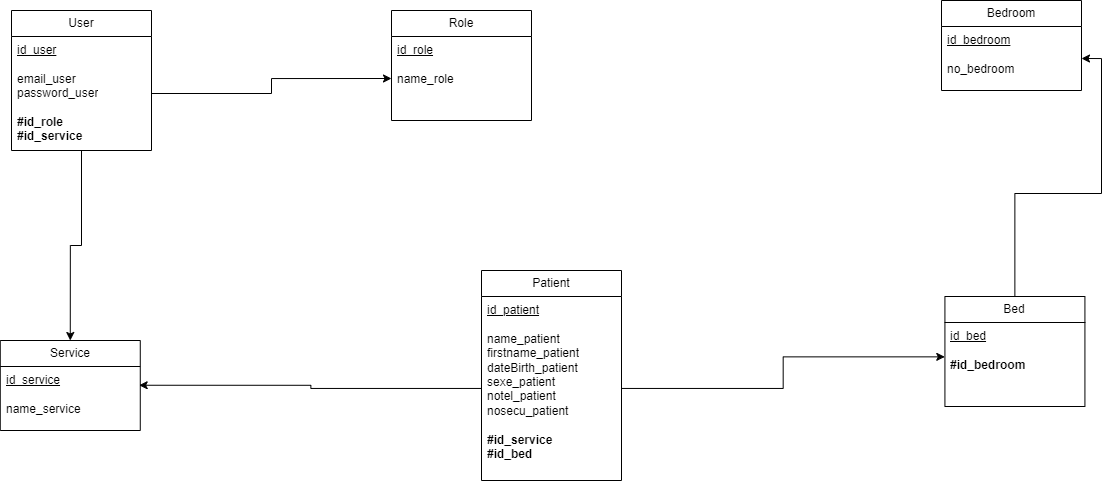
Above: Merise/Merise-MLD.drawio.png in florianpoteau/CDA-Hopital-Back (draw.io), before the change. Source tidied: cells renumbered, new cells last; positions are measured from the earlier drawing's top-left corner, leaving out a move shared by most shapes. The source it was exported from:
```xml
<mxGraphModel>
  <root>
    <mxCell id="0" />
    <mxCell id="1" parent="0" />
    <mxCell id="2" value="Bedroom" style="swimlane;fontStyle=0;horizontal=1;startSize=26;fillColor=none;whiteSpace=wrap;html=1;" parent="1" vertex="1">
      <mxGeometry x="941" width="140" height="90" as="geometry" />
    </mxCell>
    <mxCell id="3" value="&lt;u&gt;id_bedroom&lt;/u&gt;&lt;div&gt;&lt;u&gt;&lt;br&gt;&lt;/u&gt;&lt;div&gt;no_bedroom&lt;/div&gt;&lt;/div&gt;" style="text;strokeColor=none;fillColor=none;align=left;verticalAlign=top;spacingLeft=4;spacingRight=4;overflow=hidden;points=[[0,0.5],[1,0.5]];portConstraint=eastwest;whiteSpace=wrap;html=1;" parent="2" vertex="1">
      <mxGeometry y="26" width="140" height="64" as="geometry" />
    </mxCell>
    <mxCell id="4" style="edgeStyle=orthogonalEdgeStyle;rounded=0;jettySize=auto;html=1;entryX=1;entryY=0.5;entryDx=0;entryDy=0;" parent="1" edge="1" source="5" target="3">
      <mxGeometry relative="1" as="geometry" />
    </mxCell>
    <mxCell id="5" value="Bed" style="swimlane;fontStyle=0;horizontal=1;startSize=26;fillColor=none;whiteSpace=wrap;html=1;" parent="1" vertex="1">
      <mxGeometry x="944.4" y="296" width="140" height="110" as="geometry" />
    </mxCell>
    <mxCell id="6" value="&lt;u&gt;id_bed&lt;/u&gt;&lt;div&gt;&lt;br&gt;&lt;/div&gt;&lt;div&gt;&lt;b&gt;#id_bedroom&lt;/b&gt;&lt;/div&gt;" style="text;strokeColor=none;fillColor=none;align=left;verticalAlign=top;spacingLeft=4;spacingRight=4;overflow=hidden;points=[[0,0.5],[1,0.5]];portConstraint=eastwest;whiteSpace=wrap;html=1;" parent="5" vertex="1">
      <mxGeometry y="26" width="140" height="84" as="geometry" />
    </mxCell>
    <mxCell id="7" value="Role" style="swimlane;fontStyle=0;horizontal=1;startSize=26;fillColor=none;whiteSpace=wrap;html=1;" parent="1" vertex="1">
      <mxGeometry x="391" y="10" width="140" height="110" as="geometry" />
    </mxCell>
    <mxCell id="8" value="&lt;u&gt;id_role&lt;/u&gt;&lt;div&gt;&lt;u&gt;&lt;br&gt;&lt;/u&gt;&lt;div&gt;name_role&lt;/div&gt;&lt;/div&gt;" style="text;strokeColor=none;fillColor=none;align=left;verticalAlign=top;spacingLeft=4;spacingRight=4;overflow=hidden;points=[[0,0.5],[1,0.5]];portConstraint=eastwest;whiteSpace=wrap;html=1;" parent="7" vertex="1">
      <mxGeometry y="26" width="140" height="84" as="geometry" />
    </mxCell>
    <mxCell id="9" value="Service" style="swimlane;fontStyle=0;horizontal=1;startSize=26;fillColor=none;whiteSpace=wrap;html=1;" parent="1" vertex="1">
      <mxGeometry x="-0.2" y="340" width="140" height="90" as="geometry" />
    </mxCell>
    <mxCell id="10" value="&lt;u&gt;id_service&lt;/u&gt;&lt;div&gt;&lt;u&gt;&lt;br&gt;&lt;/u&gt;&lt;div&gt;name_service&lt;/div&gt;&lt;/div&gt;" style="text;strokeColor=none;fillColor=none;align=left;verticalAlign=top;spacingLeft=4;spacingRight=4;overflow=hidden;points=[[0,0.5],[1,0.5]];portConstraint=eastwest;whiteSpace=wrap;html=1;" parent="9" vertex="1">
      <mxGeometry y="26" width="140" height="64" as="geometry" />
    </mxCell>
    <mxCell id="11" value="Patient" style="swimlane;fontStyle=0;horizontal=1;startSize=26;fillColor=none;whiteSpace=wrap;html=1;" parent="1" vertex="1">
      <mxGeometry x="481" y="270" width="140" height="210" as="geometry" />
    </mxCell>
    <mxCell id="12" value="&lt;u&gt;id_patient&lt;/u&gt;&lt;div&gt;&lt;u&gt;&lt;br&gt;&lt;/u&gt;&lt;div&gt;name_patient&lt;/div&gt;&lt;div&gt;firstname_patient&lt;/div&gt;&lt;div&gt;dateBirth_patient&lt;/div&gt;&lt;div&gt;sexe_patient&lt;/div&gt;&lt;div&gt;notel_patient&lt;/div&gt;&lt;div&gt;nosecu_patient&lt;/div&gt;&lt;div&gt;&lt;br&gt;&lt;/div&gt;&lt;div&gt;&lt;b&gt;#id_service&lt;/b&gt;&lt;/div&gt;&lt;div&gt;&lt;b&gt;#id_bed&lt;/b&gt;&lt;/div&gt;&lt;div&gt;&lt;br&gt;&lt;/div&gt;&lt;/div&gt;" style="text;strokeColor=none;fillColor=none;align=left;verticalAlign=top;spacingLeft=4;spacingRight=4;overflow=hidden;points=[[0,0.5],[1,0.5]];portConstraint=eastwest;whiteSpace=wrap;html=1;" parent="11" vertex="1">
      <mxGeometry y="26" width="140" height="184" as="geometry" />
    </mxCell>
    <mxCell id="13" style="edgeStyle=orthogonalEdgeStyle;rounded=0;jettySize=auto;html=1;entryX=0.5;entryY=0;entryDx=0;entryDy=0;" parent="1" edge="1" source="14" target="9">
      <mxGeometry relative="1" as="geometry" />
    </mxCell>
    <mxCell id="14" value="User" style="swimlane;fontStyle=0;horizontal=1;startSize=26;fillColor=none;whiteSpace=wrap;html=1;" parent="1" vertex="1">
      <mxGeometry x="11" y="10" width="140" height="140" as="geometry" />
    </mxCell>
    <mxCell id="15" value="&lt;u&gt;id_user&lt;/u&gt;&lt;div&gt;&lt;br&gt;&lt;div&gt;email_user&lt;/div&gt;&lt;div&gt;password_user&lt;/div&gt;&lt;div&gt;&lt;br&gt;&lt;/div&gt;&lt;div&gt;&lt;b&gt;#id_role&lt;/b&gt;&lt;/div&gt;&lt;/div&gt;&lt;div&gt;&lt;b&gt;#id_service&lt;/b&gt;&lt;/div&gt;" style="text;strokeColor=none;fillColor=none;align=left;verticalAlign=top;spacingLeft=4;spacingRight=4;overflow=hidden;points=[[0,0.5],[1,0.5]];portConstraint=eastwest;whiteSpace=wrap;html=1;" parent="14" vertex="1">
      <mxGeometry y="26" width="140" height="114" as="geometry" />
    </mxCell>
    <mxCell id="16" style="edgeStyle=orthogonalEdgeStyle;rounded=0;jettySize=auto;html=1;entryX=0;entryY=0.5;entryDx=0;entryDy=0;" parent="1" edge="1" source="15" target="8">
      <mxGeometry relative="1" as="geometry" />
    </mxCell>
    <mxCell id="17" style="edgeStyle=orthogonalEdgeStyle;rounded=0;jettySize=auto;html=1;entryX=0.992;entryY=0.293;entryDx=0;entryDy=0;entryPerimeter=0;" parent="1" edge="1" source="12" target="10">
      <mxGeometry relative="1" as="geometry" />
    </mxCell>
    <mxCell id="18" style="edgeStyle=orthogonalEdgeStyle;rounded=0;jettySize=auto;html=1;entryX=-0.001;entryY=0.409;entryDx=0;entryDy=0;entryPerimeter=0;" parent="1" edge="1" source="12" target="6">
      <mxGeometry relative="1" as="geometry" />
    </mxCell>
  </root>
</mxGraphModel>
```
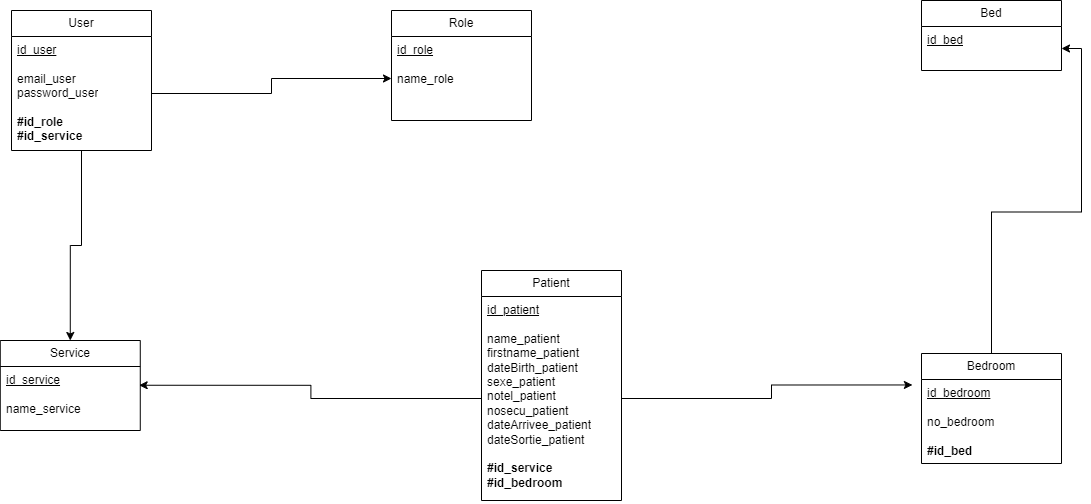
After the commit.

Commit message:
docs(Merise): add MCD MPD MLD dictionnaire de donnée

The edit, as a diff of the source:
```diff
@@ -3,19 +3,19 @@
     <mxCell id="0" />
     <mxCell id="1" parent="0" />
     <mxCell id="2" value="Bedroom" style="swimlane;fontStyle=0;horizontal=1;startSize=26;fillColor=none;whiteSpace=wrap;html=1;" parent="1" vertex="1">
-      <mxGeometry x="941" width="140" height="90" as="geometry" />
+      <mxGeometry x="921" y="353" width="140" height="110" as="geometry" />
     </mxCell>
-    <mxCell id="3" value="&lt;u&gt;id_bedroom&lt;/u&gt;&lt;div&gt;&lt;u&gt;&lt;br&gt;&lt;/u&gt;&lt;div&gt;no_bedroom&lt;/div&gt;&lt;/div&gt;" style="text;strokeColor=none;fillColor=none;align=left;verticalAlign=top;spacingLeft=4;spacingRight=4;overflow=hidden;points=[[0,0.5],[1,0.5]];portConstraint=eastwest;whiteSpace=wrap;html=1;" parent="2" vertex="1">
-      <mxGeometry y="26" width="140" height="64" as="geometry" />
+    <mxCell id="3" value="&lt;u&gt;id_bedroom&lt;/u&gt;&lt;div&gt;&lt;u&gt;&lt;br&gt;&lt;/u&gt;&lt;div&gt;no_bedroom&lt;/div&gt;&lt;/div&gt;&lt;div&gt;&lt;br&gt;&lt;/div&gt;&lt;div&gt;&lt;b&gt;#id_bed&lt;/b&gt;&lt;/div&gt;" style="text;strokeColor=none;fillColor=none;align=left;verticalAlign=top;spacingLeft=4;spacingRight=4;overflow=hidden;points=[[0,0.5],[1,0.5]];portConstraint=eastwest;whiteSpace=wrap;html=1;" parent="2" vertex="1">
+      <mxGeometry y="26" width="140" height="84" as="geometry" />
     </mxCell>
-    <mxCell id="4" style="edgeStyle=orthogonalEdgeStyle;rounded=0;jettySize=auto;html=1;entryX=1;entryY=0.5;entryDx=0;entryDy=0;" parent="1" edge="1" source="5" target="3">
+    <mxCell id="4" style="edgeStyle=orthogonalEdgeStyle;rounded=0;jettySize=auto;html=1;exitX=0.5;exitY=0;exitDx=0;exitDy=0;" parent="1" edge="1" source="2" target="6">
       <mxGeometry relative="1" as="geometry" />
     </mxCell>
     <mxCell id="5" value="Bed" style="swimlane;fontStyle=0;horizontal=1;startSize=26;fillColor=none;whiteSpace=wrap;html=1;" parent="1" vertex="1">
-      <mxGeometry x="944.4" y="296" width="140" height="110" as="geometry" />
+      <mxGeometry x="921" width="140" height="70" as="geometry" />
     </mxCell>
-    <mxCell id="6" value="&lt;u&gt;id_bed&lt;/u&gt;&lt;div&gt;&lt;br&gt;&lt;/div&gt;&lt;div&gt;&lt;b&gt;#id_bedroom&lt;/b&gt;&lt;/div&gt;" style="text;strokeColor=none;fillColor=none;align=left;verticalAlign=top;spacingLeft=4;spacingRight=4;overflow=hidden;points=[[0,0.5],[1,0.5]];portConstraint=eastwest;whiteSpace=wrap;html=1;" parent="5" vertex="1">
-      <mxGeometry y="26" width="140" height="84" as="geometry" />
+    <mxCell id="6" value="&lt;u&gt;id_bed&lt;/u&gt;" style="text;strokeColor=none;fillColor=none;align=left;verticalAlign=top;spacingLeft=4;spacingRight=4;overflow=hidden;points=[[0,0.5],[1,0.5]];portConstraint=eastwest;whiteSpace=wrap;html=1;" parent="5" vertex="1">
+      <mxGeometry y="26" width="140" height="44" as="geometry" />
     </mxCell>
     <mxCell id="7" value="Role" style="swimlane;fontStyle=0;horizontal=1;startSize=26;fillColor=none;whiteSpace=wrap;html=1;" parent="1" vertex="1">
       <mxGeometry x="391" y="10" width="140" height="110" as="geometry" />
@@ -30,10 +30,10 @@
       <mxGeometry y="26" width="140" height="64" as="geometry" />
     </mxCell>
     <mxCell id="11" value="Patient" style="swimlane;fontStyle=0;horizontal=1;startSize=26;fillColor=none;whiteSpace=wrap;html=1;" parent="1" vertex="1">
-      <mxGeometry x="481" y="270" width="140" height="210" as="geometry" />
+      <mxGeometry x="481" y="270" width="140" height="230" as="geometry" />
     </mxCell>
-    <mxCell id="12" value="&lt;u&gt;id_patient&lt;/u&gt;&lt;div&gt;&lt;u&gt;&lt;br&gt;&lt;/u&gt;&lt;div&gt;name_patient&lt;/div&gt;&lt;div&gt;firstname_patient&lt;/div&gt;&lt;div&gt;dateBirth_patient&lt;/div&gt;&lt;div&gt;sexe_patient&lt;/div&gt;&lt;div&gt;notel_patient&lt;/div&gt;&lt;div&gt;nosecu_patient&lt;/div&gt;&lt;div&gt;&lt;br&gt;&lt;/div&gt;&lt;div&gt;&lt;b&gt;#id_service&lt;/b&gt;&lt;/div&gt;&lt;div&gt;&lt;b&gt;#id_bed&lt;/b&gt;&lt;/div&gt;&lt;div&gt;&lt;br&gt;&lt;/div&gt;&lt;/div&gt;" style="text;strokeColor=none;fillColor=none;align=left;verticalAlign=top;spacingLeft=4;spacingRight=4;overflow=hidden;points=[[0,0.5],[1,0.5]];portConstraint=eastwest;whiteSpace=wrap;html=1;" parent="11" vertex="1">
-      <mxGeometry y="26" width="140" height="184" as="geometry" />
+    <mxCell id="12" value="&lt;u&gt;id_patient&lt;/u&gt;&lt;div&gt;&lt;u&gt;&lt;br&gt;&lt;/u&gt;&lt;div&gt;name_patient&lt;/div&gt;&lt;div&gt;firstname_patient&lt;/div&gt;&lt;div&gt;dateBirth_patient&lt;/div&gt;&lt;div&gt;sexe_patient&lt;/div&gt;&lt;div&gt;notel_patient&lt;/div&gt;&lt;div&gt;nosecu_patient&lt;/div&gt;&lt;div&gt;dateArrivee_patient&lt;/div&gt;&lt;div&gt;dateSortie_patient&lt;/div&gt;&lt;div&gt;&lt;br&gt;&lt;/div&gt;&lt;div&gt;&lt;b&gt;#id_service&lt;/b&gt;&lt;/div&gt;&lt;div&gt;&lt;b&gt;#id_bedroom&lt;/b&gt;&lt;/div&gt;&lt;div&gt;&lt;br&gt;&lt;/div&gt;&lt;/div&gt;" style="text;strokeColor=none;fillColor=none;align=left;verticalAlign=top;spacingLeft=4;spacingRight=4;overflow=hidden;points=[[0,0.5],[1,0.5]];portConstraint=eastwest;whiteSpace=wrap;html=1;" parent="11" vertex="1">
+      <mxGeometry y="26" width="140" height="204" as="geometry" />
     </mxCell>
     <mxCell id="13" style="edgeStyle=orthogonalEdgeStyle;rounded=0;jettySize=auto;html=1;entryX=0.5;entryY=0;entryDx=0;entryDy=0;" parent="1" edge="1" source="14" target="9">
       <mxGeometry relative="1" as="geometry" />
@@ -50,7 +50,7 @@
     <mxCell id="17" style="edgeStyle=orthogonalEdgeStyle;rounded=0;jettySize=auto;html=1;entryX=0.992;entryY=0.293;entryDx=0;entryDy=0;entryPerimeter=0;" parent="1" edge="1" source="12" target="10">
       <mxGeometry relative="1" as="geometry" />
     </mxCell>
-    <mxCell id="18" style="edgeStyle=orthogonalEdgeStyle;rounded=0;jettySize=auto;html=1;entryX=-0.001;entryY=0.409;entryDx=0;entryDy=0;entryPerimeter=0;" parent="1" edge="1" source="12" target="6">
+    <mxCell id="18" style="edgeStyle=orthogonalEdgeStyle;rounded=0;jettySize=auto;html=1;entryX=-0.065;entryY=0.065;entryDx=0;entryDy=0;entryPerimeter=0;" parent="1" edge="1" source="12" target="3">
       <mxGeometry relative="1" as="geometry" />
     </mxCell>
   </root>
```
